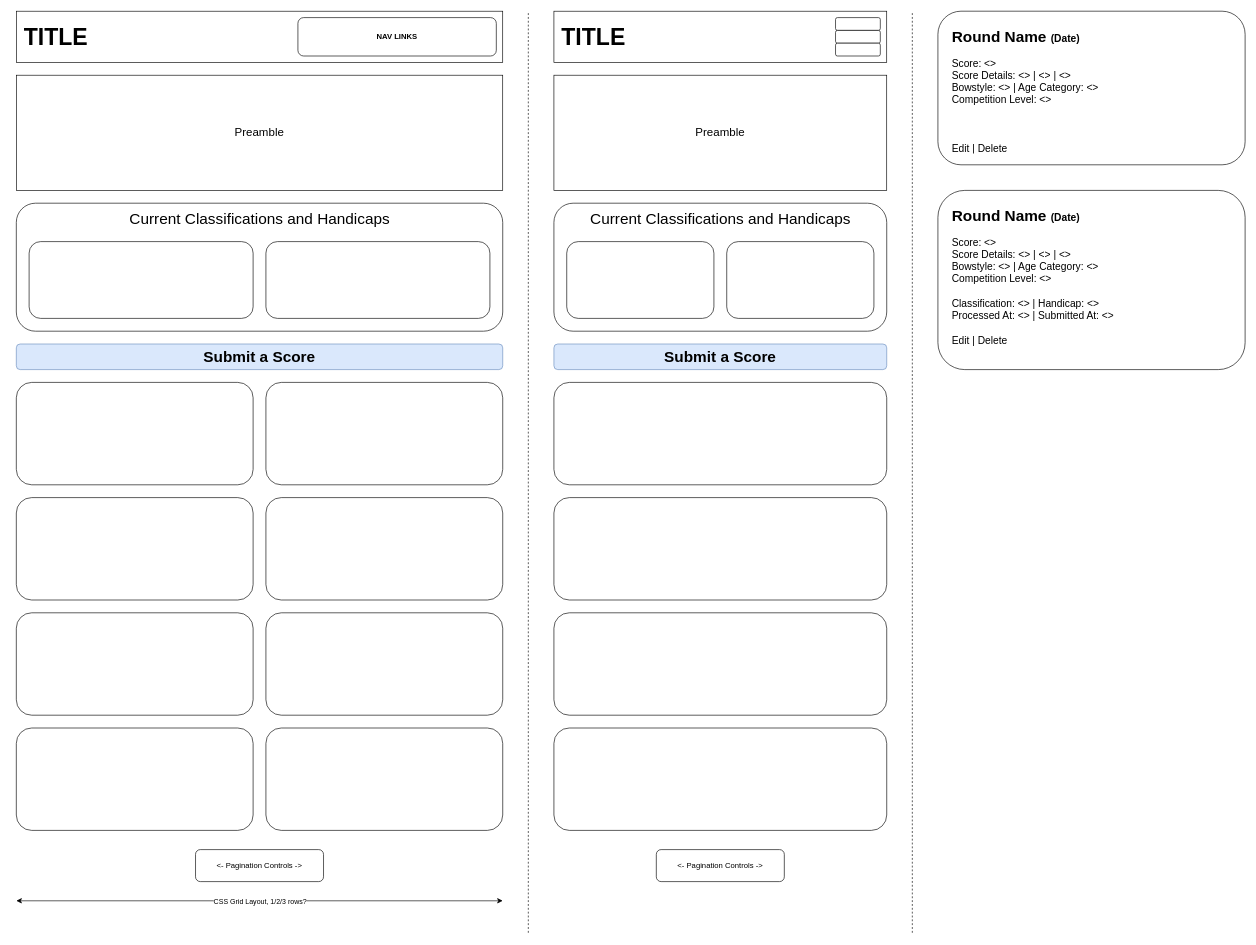
Earlier version of the draw.io diagram 04-Wireframes/USER-Scores.drawio (corey-richardson/comp3000). Source tidied: cells renumbered, new cells numbered last; positions are measured from the earlier drawing's top-left corner, leaving out a move shared by most shapes. Both pictures are drawn from the tidied source at 64%, with x=0, y=0 at pixel (16, 11).
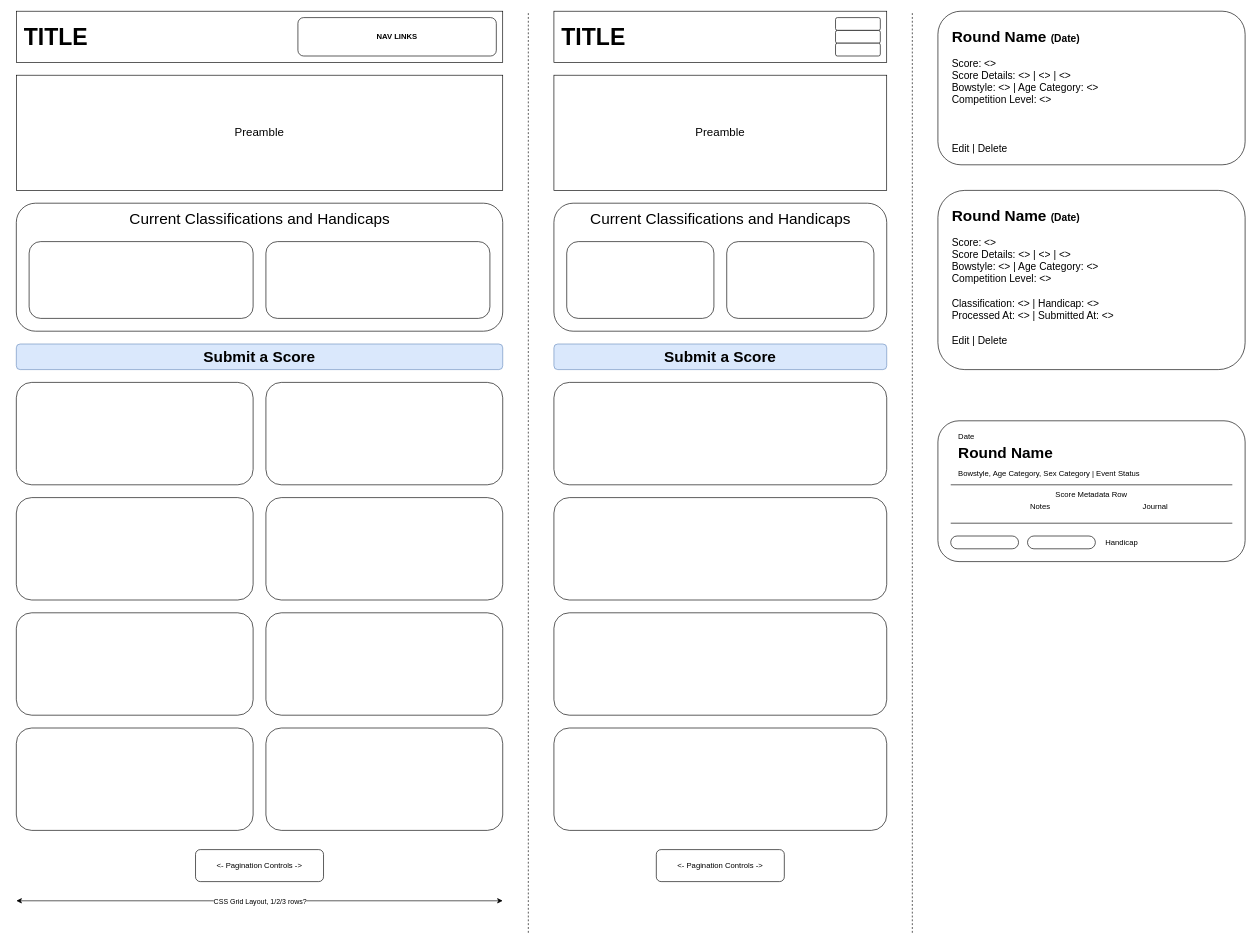
The same page after the edit.

Commit message (it also covers changes not shown here):
Export wireframe diagrams to JPG for report

Change to the diagram source:
```diff
@@
+    <mxCell id="42" style="rounded=1;whiteSpace=wrap;html=1;" parent="1" vertex="1">
+      <mxGeometry x="1440" y="640" width="480" height="220" as="geometry" />
+    </mxCell>
+    <mxCell id="43" value="&lt;h1 style=&quot;margin-top: 0px;&quot;&gt;&lt;span style=&quot;font-weight: normal;&quot;&gt;&lt;font style=&quot;font-size: 12px; line-height: 100%;&quot;&gt;Date&lt;br&gt;&lt;/font&gt;&lt;/span&gt;&lt;span style=&quot;background-color: transparent; color: light-dark(rgb(0, 0, 0), rgb(255, 255, 255));&quot;&gt;&lt;font style=&quot;&quot;&gt;Round Name&lt;br&gt;&lt;font style=&quot;font-weight: normal; font-size: 12px;&quot;&gt;Bowstyle, Age Category, Sex Category | Event Status&lt;/font&gt;&lt;/font&gt;&lt;/span&gt;&lt;/h1&gt;" style="text;html=1;whiteSpace=wrap;overflow=hidden;rounded=0;" parent="1" vertex="1">
+      <mxGeometry x="1470" y="640" width="420" height="100" as="geometry" />
+    </mxCell>
+    <mxCell id="44" style="endArrow=none;html=1;rounded=0;" parent="1" edge="1">
+      <mxGeometry relative="1" as="geometry">
+        <mxPoint x="1900" y="740" as="sourcePoint" />
+        <mxPoint x="1460" y="740" as="targetPoint" />
+      </mxGeometry>
+    </mxCell>
+    <mxCell id="45" value="Score Metadata Row" style="text;html=1;whiteSpace=wrap;strokeColor=none;fillColor=none;align=center;verticalAlign=middle;rounded=0;" parent="1" vertex="1">
+      <mxGeometry x="1480" y="740" width="400" height="30" as="geometry" />
+    </mxCell>
+    <mxCell id="46" value="Journal" style="text;html=1;whiteSpace=wrap;strokeColor=none;fillColor=none;align=center;verticalAlign=middle;rounded=0;" parent="1" vertex="1">
+      <mxGeometry x="1680" y="760" width="200" height="30" as="geometry" />
+    </mxCell>
+    <mxCell id="47" value="Notes" style="text;html=1;whiteSpace=wrap;strokeColor=none;fillColor=none;align=center;verticalAlign=middle;rounded=0;" parent="1" vertex="1">
+      <mxGeometry x="1500" y="760" width="200" height="30" as="geometry" />
+    </mxCell>
+    <mxCell id="48" style="endArrow=none;html=1;rounded=0;" parent="1" edge="1">
+      <mxGeometry relative="1" as="geometry">
+        <mxPoint x="1900" y="800" as="sourcePoint" />
+        <mxPoint x="1460" y="800" as="targetPoint" />
+      </mxGeometry>
+    </mxCell>
+    <mxCell id="49" style="rounded=1;whiteSpace=wrap;html=1;arcSize=50;" parent="1" vertex="1">
+      <mxGeometry x="1460" y="820" width="106" height="20" as="geometry" />
+    </mxCell>
+    <mxCell id="50" style="rounded=1;whiteSpace=wrap;html=1;arcSize=50;" parent="1" vertex="1">
+      <mxGeometry x="1580" y="820" width="106" height="20" as="geometry" />
+    </mxCell>
+    <mxCell id="51" value="Handicap" style="text;html=1;whiteSpace=wrap;strokeColor=none;fillColor=none;align=left;verticalAlign=middle;rounded=0;" parent="1" vertex="1">
+      <mxGeometry x="1700" y="820" width="110" height="20" as="geometry" />
+    </mxCell>
```
